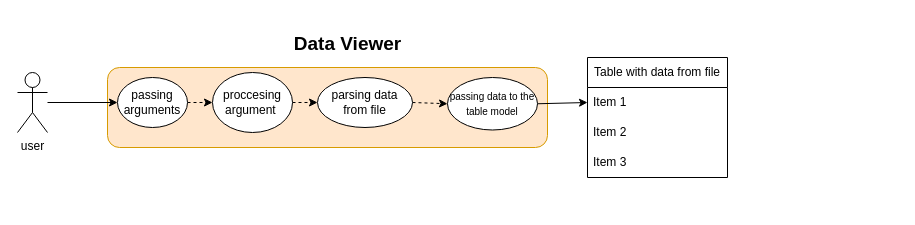
This is docs/diagrams/use_cases.drawio from groknut/deta, a draw.io file, before an edit. Source tidied: cells renumbered, new cells numbered last; positions are measured from the earlier drawing's top-left corner, leaving out a move shared by most shapes. Both pictures are drawn from the tidied source at 100%, with x=0, y=0 at pixel (17, 17).
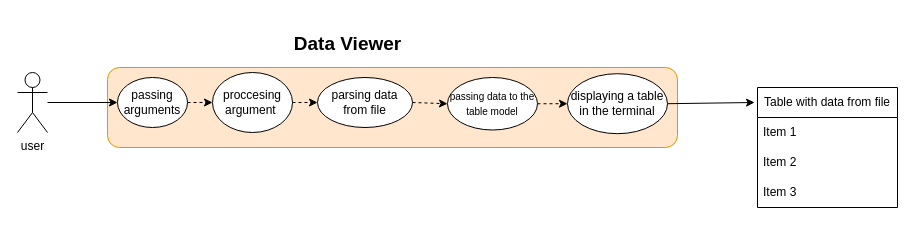
The same diagram, later.

Commit message:
Added tui case display a table in the terminal

The edit, as a diff of the source:
```diff
@@
 <mxGraphModel>
   <root>
     <mxCell id="0" />
     <mxCell id="1" parent="0" />
     <mxCell id="2" value="user" style="shape=umlActor;verticalLabelPosition=bottom;verticalAlign=top;html=1;outlineConnect=0;" parent="1" vertex="1">
       <mxGeometry y="55" width="30" height="60" as="geometry" />
     </mxCell>
     <mxCell id="3" style="rounded=1;whiteSpace=wrap;html=1;fillColor=#ffe6cc;strokeColor=#d79b00;" parent="1" vertex="1">
-      <mxGeometry x="90" y="50" width="440" height="80" as="geometry" />
+      <mxGeometry x="90" y="50" width="570" height="80" as="geometry" />
     </mxCell>
     <mxCell id="4" value="&lt;font style=&quot;font-size: 19px;&quot;&gt;Data Viewer&lt;/font&gt;" style="text;strokeColor=none;fillColor=none;html=1;fontSize=24;fontStyle=1;verticalAlign=middle;align=center;" parent="1" vertex="1">
       <mxGeometry x="275" width="110" height="50" as="geometry" />
     </mxCell>
     <mxCell id="5" style="edgeStyle=none;html=1;exitX=1;exitY=0.5;exitDx=0;exitDy=0;entryX=0;entryY=0.5;entryDx=0;entryDy=0;rounded=0;curved=0;strokeColor=default;dashed=1;" parent="1" edge="1" source="6" target="12">
       <mxGeometry relative="1" as="geometry" />
     </mxCell>
     <mxCell id="6" value="passing arguments" style="ellipse;whiteSpace=wrap;html=1;" parent="1" vertex="1">
       <mxGeometry x="100" y="60" width="70" height="50" as="geometry" />
     </mxCell>
     <mxCell id="7" value="Table with data from file" style="swimlane;fontStyle=0;horizontal=1;startSize=30;whiteSpace=wrap;html=1;" parent="1" vertex="1">
-      <mxGeometry x="570" y="40" width="140" height="120" as="geometry" />
+      <mxGeometry x="740" y="70" width="140" height="120" as="geometry" />
     </mxCell>
     <mxCell id="8" value="Item 1" style="text;strokeColor=none;fillColor=none;align=left;verticalAlign=middle;spacingLeft=4;spacingRight=4;overflow=hidden;points=[[0,0.5],[1,0.5]];portConstraint=eastwest;whiteSpace=wrap;html=1;" parent="7" vertex="1">
       <mxGeometry y="30" width="140" height="30" as="geometry" />
     </mxCell>
     <mxCell id="9" value="Item 2" style="text;strokeColor=none;fillColor=none;align=left;verticalAlign=middle;spacingLeft=4;spacingRight=4;overflow=hidden;whiteSpace=wrap;html=1;" parent="7" vertex="1">
       <mxGeometry y="60" width="140" height="30" as="geometry" />
     </mxCell>
     <mxCell id="10" value="Item 3" style="text;strokeColor=none;fillColor=none;align=left;verticalAlign=middle;spacingLeft=4;spacingRight=4;overflow=hidden;whiteSpace=wrap;html=1;" parent="7" vertex="1">
       <mxGeometry y="90" width="140" height="30" as="geometry" />
     </mxCell>
     <mxCell id="11" style="edgeStyle=none;html=1;exitX=1;exitY=0.5;exitDx=0;exitDy=0;entryX=0;entryY=0.5;entryDx=0;entryDy=0;dashed=1;" parent="1" edge="1" source="12" target="14">
       <mxGeometry relative="1" as="geometry" />
     </mxCell>
     <mxCell id="12" value="proccesing argument&amp;nbsp;" style="ellipse;whiteSpace=wrap;html=1;" parent="1" vertex="1">
       <mxGeometry x="195" y="55" width="80" height="60" as="geometry" />
     </mxCell>
     <mxCell id="13" style="edgeStyle=none;html=1;exitX=1;exitY=0.5;exitDx=0;exitDy=0;entryX=0;entryY=0.5;entryDx=0;entryDy=0;dashed=1;" parent="1" edge="1" source="14" target="17">
       <mxGeometry relative="1" as="geometry" />
     </mxCell>
     <mxCell id="14" value="parsing data from file" style="ellipse;whiteSpace=wrap;html=1;" parent="1" vertex="1">
       <mxGeometry x="300" y="60" width="95" height="50" as="geometry" />
     </mxCell>
     <mxCell id="15" style="edgeStyle=none;html=1;entryX=0;entryY=0.5;entryDx=0;entryDy=0;" parent="1" edge="1" source="2" target="6">
       <mxGeometry relative="1" as="geometry" />
     </mxCell>
-    <mxCell id="16" style="edgeStyle=none;html=1;exitX=1;exitY=0.5;exitDx=0;exitDy=0;entryX=0;entryY=0.5;entryDx=0;entryDy=0;" parent="1" edge="1" source="17" target="8">
-      <mxGeometry relative="1" as="geometry" />
-    </mxCell>
+    <mxCell id="18" style="edgeStyle=none;html=1;exitX=1;exitY=0.5;exitDx=0;exitDy=0;entryX=0;entryY=0.5;entryDx=0;entryDy=0;dashed=1;" parent="1" edge="1" source="17" target="19">
+      <mxGeometry relative="1" as="geometry" />
+    </mxCell>
     <mxCell id="17" value="&lt;font style=&quot;font-size: 10px;&quot;&gt;passing data to the table model&lt;/font&gt;" style="ellipse;whiteSpace=wrap;html=1;" parent="1" vertex="1">
       <mxGeometry x="430" y="60" width="90" height="52.5" as="geometry" />
     </mxCell>
+    <mxCell id="19" value="displaying a table in the terminal" style="ellipse;whiteSpace=wrap;html=1;" parent="1" vertex="1">
+      <mxGeometry x="550" y="56.2" width="100" height="60" as="geometry" />
+    </mxCell>
+    <mxCell id="20" style="edgeStyle=none;html=1;exitX=1;exitY=0.5;exitDx=0;exitDy=0;entryX=-0.021;entryY=0.125;entryDx=0;entryDy=0;entryPerimeter=0;" parent="1" edge="1" source="19" target="7">
+      <mxGeometry relative="1" as="geometry" />
+    </mxCell>
   </root>
 </mxGraphModel>
```
